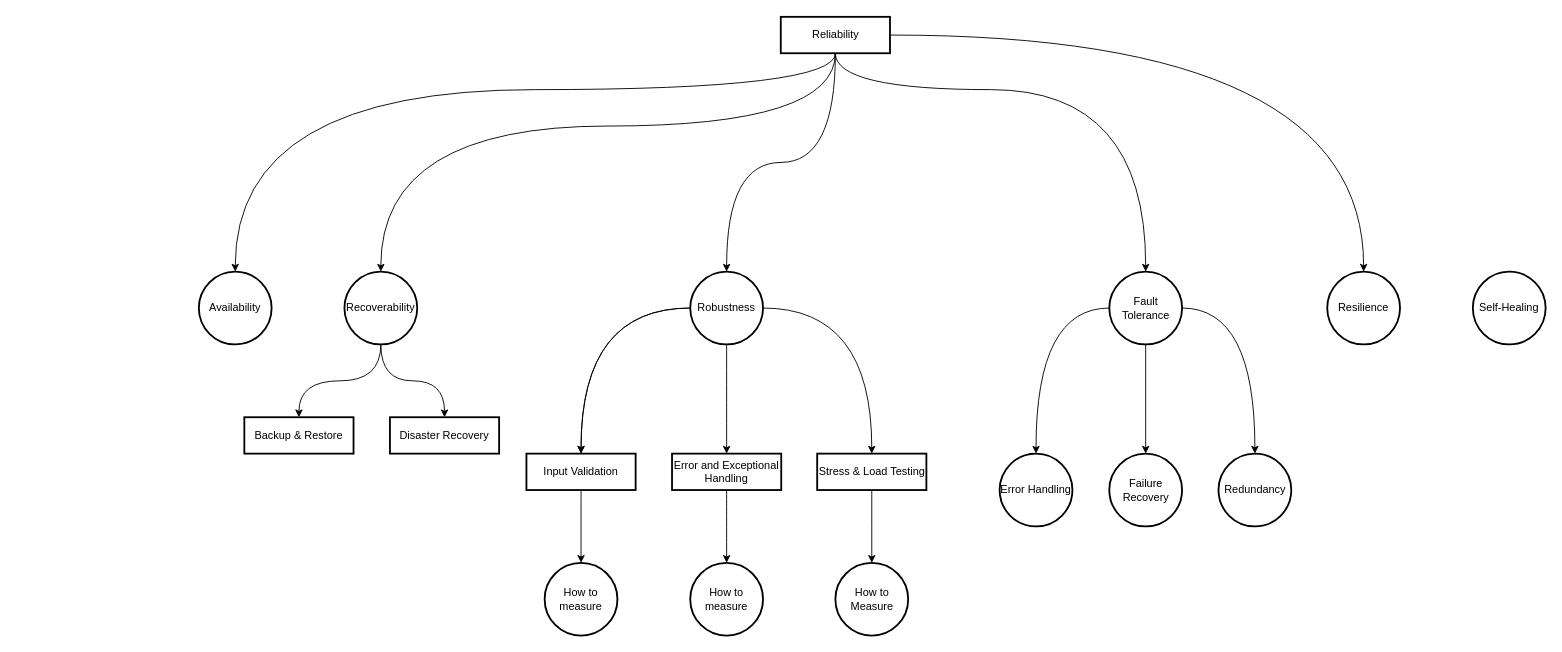
Above: page "Reliability" (3 of 5) of System Design/System Design : Non-Functional Requirements.drawio in FilledVaccum/MindMaps (draw.io), before the change. Source tidied: cells renumbered, new cells numbered last; positions are measured from the earlier drawing's top-left corner, leaving out a move shared by most shapes. Both pictures are drawn from the tidied source at 91%, with x=0, y=0 at pixel (198, 16).
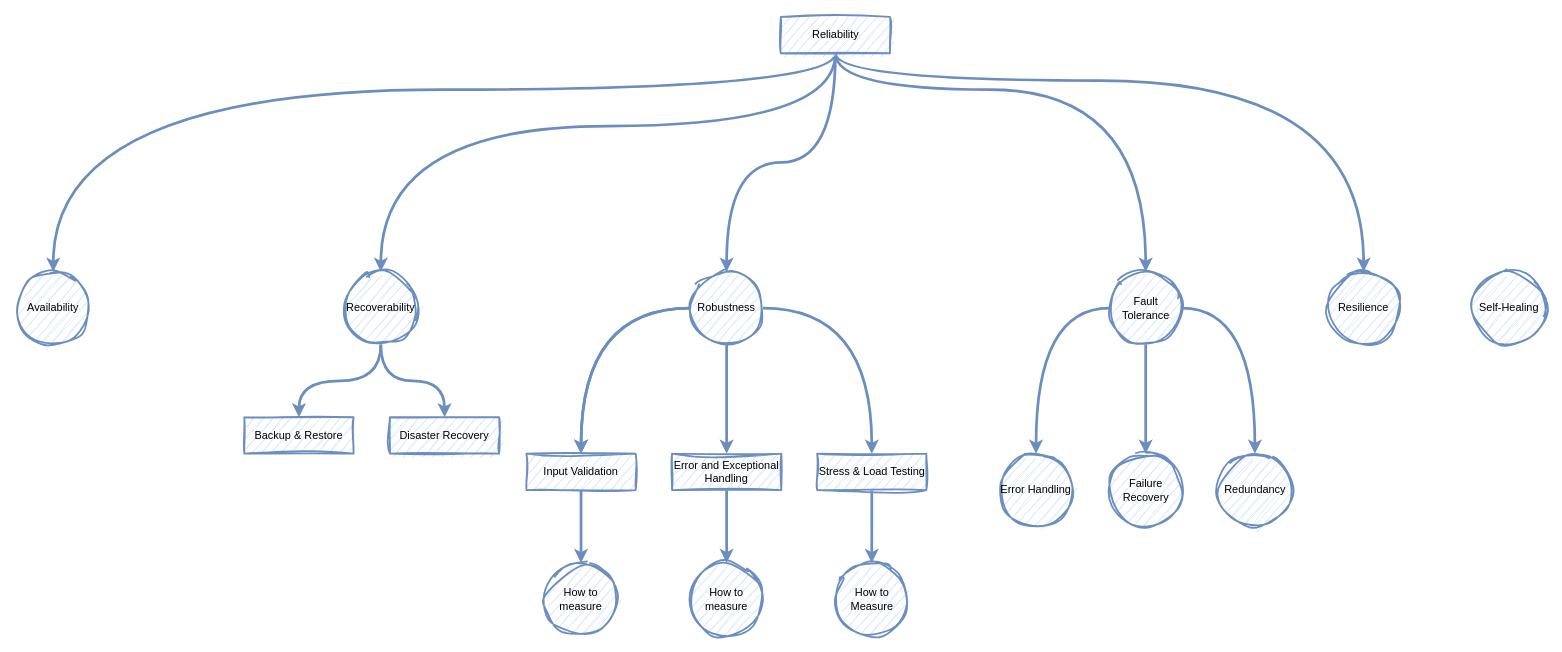
The same diagram, later.

Change to the diagram source:
```diff
@@
-    <mxCell id="2" style="edgeStyle=orthogonalEdgeStyle;shape=connector;curved=1;rounded=0;hachureGap=4;jettySize=auto;strokeColor=default;align=center;verticalAlign=middle;fontFamily=Architects Daughter;fontSize=11;fontColor=default;labelBackgroundColor=default;endArrow=classic;entryX=0.5;entryY=0;entryDx=0;entryDy=0;" parent="1" edge="1" source="7" target="8">
+    <mxCell id="2" style="edgeStyle=orthogonalEdgeStyle;shape=connector;curved=1;rounded=0;hachureGap=4;jettySize=auto;strokeColor=#6c8ebf;align=center;verticalAlign=middle;fontFamily=Architects Daughter;fontSize=11;fontColor=default;labelBackgroundColor=default;endArrow=classic;entryX=0.5;entryY=0;entryDx=0;entryDy=0;fillColor=#dae8fc;strokeWidth=3;" parent="1" edge="1" source="7" target="8">
       <mxGeometry relative="1" as="geometry">
         <Array as="points">
           <mxPoint x="700" y="80" />
-          <mxPoint x="40" y="80" />
+          <mxPoint x="-160" y="80" />
         </Array>
       </mxGeometry>
     </mxCell>
-    <mxCell id="3" style="edgeStyle=orthogonalEdgeStyle;shape=connector;curved=1;rounded=0;hachureGap=4;jettySize=auto;strokeColor=default;align=center;verticalAlign=middle;fontFamily=Architects Daughter;fontSize=11;fontColor=default;labelBackgroundColor=default;endArrow=classic;entryX=0.5;entryY=0;entryDx=0;entryDy=0;" parent="1" edge="1" source="7" target="11">
+    <mxCell id="3" style="edgeStyle=orthogonalEdgeStyle;shape=connector;curved=1;rounded=0;hachureGap=4;jettySize=auto;strokeColor=#6c8ebf;align=center;verticalAlign=middle;fontFamily=Architects Daughter;fontSize=11;fontColor=default;labelBackgroundColor=default;endArrow=classic;entryX=0.5;entryY=0;entryDx=0;entryDy=0;fillColor=#dae8fc;strokeWidth=3;" parent="1" edge="1" source="7" target="11">
       <mxGeometry relative="1" as="geometry">
         <Array as="points">
           <mxPoint x="700" y="120" />
           <mxPoint x="200" y="120" />
         </Array>
       </mxGeometry>
     </mxCell>
-    <mxCell id="4" style="edgeStyle=orthogonalEdgeStyle;shape=connector;curved=1;rounded=0;hachureGap=4;jettySize=auto;strokeColor=default;align=center;verticalAlign=middle;fontFamily=Architects Daughter;fontSize=11;fontColor=default;labelBackgroundColor=default;endArrow=classic;entryX=0.5;entryY=0;entryDx=0;entryDy=0;" parent="1" edge="1" source="7" target="15">
+    <mxCell id="4" style="edgeStyle=orthogonalEdgeStyle;shape=connector;curved=1;rounded=0;hachureGap=4;jettySize=auto;strokeColor=#6c8ebf;align=center;verticalAlign=middle;fontFamily=Architects Daughter;fontSize=11;fontColor=default;labelBackgroundColor=default;endArrow=classic;entryX=0.5;entryY=0;entryDx=0;entryDy=0;fillColor=#dae8fc;strokeWidth=3;" parent="1" edge="1" source="7" target="15">
       <mxGeometry relative="1" as="geometry">
         <Array as="points">
           <mxPoint x="700" y="80" />
           <mxPoint x="1041" y="80" />
         </Array>
       </mxGeometry>
     </mxCell>
-    <mxCell id="5" style="edgeStyle=orthogonalEdgeStyle;shape=connector;curved=1;rounded=0;hachureGap=4;jettySize=auto;strokeColor=default;align=center;verticalAlign=middle;fontFamily=Architects Daughter;fontSize=11;fontColor=default;labelBackgroundColor=default;endArrow=classic;exitX=0.5;exitY=1;exitDx=0;exitDy=0;" parent="1" edge="1" source="7" target="23">
+    <mxCell id="5" style="edgeStyle=orthogonalEdgeStyle;shape=connector;curved=1;rounded=0;hachureGap=4;jettySize=auto;strokeColor=#6c8ebf;align=center;verticalAlign=middle;fontFamily=Architects Daughter;fontSize=11;fontColor=default;labelBackgroundColor=default;endArrow=classic;exitX=0.5;exitY=1;exitDx=0;exitDy=0;fillColor=#dae8fc;strokeWidth=3;" parent="1" edge="1" source="7" target="23">
       <mxGeometry relative="1" as="geometry" />
     </mxCell>
-    <mxCell id="6" style="edgeStyle=orthogonalEdgeStyle;shape=connector;curved=1;rounded=0;hachureGap=4;jettySize=auto;strokeColor=default;align=center;verticalAlign=middle;fontFamily=Architects Daughter;fontSize=11;fontColor=default;labelBackgroundColor=default;endArrow=classic;" parent="1" edge="1" source="7" target="24">
-      <mxGeometry relative="1" as="geometry" />
+    <mxCell id="6" style="edgeStyle=orthogonalEdgeStyle;shape=connector;curved=1;rounded=0;hachureGap=4;jettySize=auto;strokeColor=#6c8ebf;align=center;verticalAlign=middle;fontFamily=Architects Daughter;fontSize=11;fontColor=default;labelBackgroundColor=default;endArrow=classic;exitX=0.5;exitY=1;exitDx=0;exitDy=0;fillColor=#dae8fc;strokeWidth=3;" parent="1" edge="1" source="7" target="24">
+      <mxGeometry relative="1" as="geometry">
+        <Array as="points">
+          <mxPoint x="700" y="70" />
+          <mxPoint x="1280" y="70" />
+        </Array>
+      </mxGeometry>
     </mxCell>
-    <mxCell id="7" value="Reliability" style="strokeWidth=2;whiteSpace=wrap;" parent="1" vertex="1">
+    <mxCell id="7" value="Reliability" style="strokeWidth=2;whiteSpace=wrap;strokeColor=#6c8ebf;fillColor=#dae8fc;sketch=1;curveFitting=1;jiggle=2;" parent="1" vertex="1">
       <mxGeometry x="639.5" width="120" height="40" as="geometry" />
     </mxCell>
-    <mxCell id="8" value="Availability" style="ellipse;strokeWidth=2;whiteSpace=wrap;" parent="1" vertex="1">
-      <mxGeometry y="280" width="80" height="80" as="geometry" />
+    <mxCell id="8" value="Availability" style="ellipse;strokeWidth=2;whiteSpace=wrap;strokeColor=#6c8ebf;fillColor=#dae8fc;sketch=1;curveFitting=1;jiggle=2;" parent="1" vertex="1">
+      <mxGeometry x="-200" y="280" width="80" height="80" as="geometry" />
     </mxCell>
-    <mxCell id="9" style="edgeStyle=orthogonalEdgeStyle;shape=connector;curved=1;rounded=0;hachureGap=4;jettySize=auto;html=1;strokeColor=default;align=center;verticalAlign=middle;fontFamily=Architects Daughter;fontSize=11;fontColor=default;labelBackgroundColor=default;endArrow=classic;exitX=0.5;exitY=1;exitDx=0;exitDy=0;" parent="1" edge="1" source="11" target="26">
+    <mxCell id="9" style="edgeStyle=orthogonalEdgeStyle;shape=connector;curved=1;rounded=0;hachureGap=4;jettySize=auto;html=1;strokeColor=#6c8ebf;align=center;verticalAlign=middle;fontFamily=Architects Daughter;fontSize=11;fontColor=default;labelBackgroundColor=default;endArrow=classic;exitX=0.5;exitY=1;exitDx=0;exitDy=0;fillColor=#dae8fc;strokeWidth=3;" parent="1" edge="1" source="11" target="26">
       <mxGeometry relative="1" as="geometry" />
     </mxCell>
-    <mxCell id="10" style="edgeStyle=orthogonalEdgeStyle;shape=connector;curved=1;rounded=0;hachureGap=4;jettySize=auto;html=1;strokeColor=default;align=center;verticalAlign=middle;fontFamily=Architects Daughter;fontSize=11;fontColor=default;labelBackgroundColor=default;endArrow=classic;" parent="1" edge="1" source="11" target="27">
+    <mxCell id="10" style="edgeStyle=orthogonalEdgeStyle;shape=connector;curved=1;rounded=0;hachureGap=4;jettySize=auto;html=1;strokeColor=#6c8ebf;align=center;verticalAlign=middle;fontFamily=Architects Daughter;fontSize=11;fontColor=default;labelBackgroundColor=default;endArrow=classic;fillColor=#dae8fc;strokeWidth=3;" parent="1" edge="1" source="11" target="27">
       <mxGeometry relative="1" as="geometry" />
     </mxCell>
-    <mxCell id="11" value="Recoverability" style="ellipse;strokeWidth=2;whiteSpace=wrap;" parent="1" vertex="1">
+    <mxCell id="11" value="Recoverability" style="ellipse;strokeWidth=2;whiteSpace=wrap;strokeColor=#6c8ebf;fillColor=#dae8fc;sketch=1;curveFitting=1;jiggle=2;" parent="1" vertex="1">
       <mxGeometry x="160" y="280" width="80" height="80" as="geometry" />
     </mxCell>
-    <mxCell id="12" style="edgeStyle=orthogonalEdgeStyle;shape=connector;curved=1;rounded=0;hachureGap=4;jettySize=auto;strokeColor=default;align=center;verticalAlign=middle;fontFamily=Architects Daughter;fontSize=11;fontColor=default;labelBackgroundColor=default;endArrow=classic;" parent="1" edge="1" source="15" target="16">
+    <mxCell id="12" style="edgeStyle=orthogonalEdgeStyle;shape=connector;curved=1;rounded=0;hachureGap=4;jettySize=auto;strokeColor=#6c8ebf;align=center;verticalAlign=middle;fontFamily=Architects Daughter;fontSize=11;fontColor=default;labelBackgroundColor=default;endArrow=classic;fillColor=#dae8fc;strokeWidth=3;" parent="1" edge="1" source="15" target="16">
       <mxGeometry relative="1" as="geometry" />
     </mxCell>
-    <mxCell id="13" style="edgeStyle=orthogonalEdgeStyle;shape=connector;curved=1;rounded=0;hachureGap=4;jettySize=auto;strokeColor=default;align=center;verticalAlign=middle;fontFamily=Architects Daughter;fontSize=11;fontColor=default;labelBackgroundColor=default;endArrow=classic;" parent="1" edge="1" source="15" target="17">
+    <mxCell id="13" style="edgeStyle=orthogonalEdgeStyle;shape=connector;curved=1;rounded=0;hachureGap=4;jettySize=auto;strokeColor=#6c8ebf;align=center;verticalAlign=middle;fontFamily=Architects Daughter;fontSize=11;fontColor=default;labelBackgroundColor=default;endArrow=classic;fillColor=#dae8fc;strokeWidth=3;" parent="1" edge="1" source="15" target="17">
       <mxGeometry relative="1" as="geometry" />
     </mxCell>
-    <mxCell id="14" style="edgeStyle=orthogonalEdgeStyle;shape=connector;curved=1;rounded=0;hachureGap=4;jettySize=auto;strokeColor=default;align=center;verticalAlign=middle;fontFamily=Architects Daughter;fontSize=11;fontColor=default;labelBackgroundColor=default;endArrow=classic;" parent="1" edge="1" source="15" target="18">
+    <mxCell id="14" style="edgeStyle=orthogonalEdgeStyle;shape=connector;curved=1;rounded=0;hachureGap=4;jettySize=auto;strokeColor=#6c8ebf;align=center;verticalAlign=middle;fontFamily=Architects Daughter;fontSize=11;fontColor=default;labelBackgroundColor=default;endArrow=classic;fillColor=#dae8fc;strokeWidth=3;" parent="1" edge="1" source="15" target="18">
       <mxGeometry relative="1" as="geometry" />
     </mxCell>
-    <mxCell id="15" value="Fault Tolerance" style="ellipse;strokeWidth=2;whiteSpace=wrap;" parent="1" vertex="1">
+    <mxCell id="15" value="Fault Tolerance" style="ellipse;strokeWidth=2;whiteSpace=wrap;strokeColor=#6c8ebf;fillColor=#dae8fc;sketch=1;curveFitting=1;jiggle=2;" parent="1" vertex="1">
       <mxGeometry x="1000.5" y="280" width="80" height="80" as="geometry" />
     </mxCell>
-    <mxCell id="16" value="Error Handling" style="ellipse;strokeWidth=2;whiteSpace=wrap;" parent="1" vertex="1">
+    <mxCell id="16" value="Error Handling" style="ellipse;strokeWidth=2;whiteSpace=wrap;strokeColor=#6c8ebf;fillColor=#dae8fc;sketch=1;curveFitting=1;jiggle=2;" parent="1" vertex="1">
       <mxGeometry x="880" y="480" width="80" height="80" as="geometry" />
     </mxCell>
-    <mxCell id="17" value="Failure Recovery" style="ellipse;strokeWidth=2;whiteSpace=wrap;" parent="1" vertex="1">
+    <mxCell id="17" value="Failure Recovery" style="ellipse;strokeWidth=2;whiteSpace=wrap;strokeColor=#6c8ebf;fillColor=#dae8fc;sketch=1;curveFitting=1;jiggle=2;" parent="1" vertex="1">
       <mxGeometry x="1000.5" y="480" width="80" height="80" as="geometry" />
     </mxCell>
-    <mxCell id="18" value="Redundancy" style="ellipse;strokeWidth=2;whiteSpace=wrap;" parent="1" vertex="1">
+    <mxCell id="18" value="Redundancy" style="ellipse;strokeWidth=2;whiteSpace=wrap;strokeColor=#6c8ebf;fillColor=#dae8fc;sketch=1;curveFitting=1;jiggle=2;" parent="1" vertex="1">
       <mxGeometry x="1120.5" y="480" width="80" height="80" as="geometry" />
     </mxCell>
-    <mxCell id="19" style="edgeStyle=orthogonalEdgeStyle;shape=connector;curved=1;rounded=0;hachureGap=4;jettySize=auto;html=1;strokeColor=default;align=center;verticalAlign=middle;fontFamily=Architects Daughter;fontSize=11;fontColor=default;labelBackgroundColor=default;endArrow=classic;" parent="1" edge="1" source="23" target="29">
+    <mxCell id="19" style="edgeStyle=orthogonalEdgeStyle;shape=connector;curved=1;rounded=0;hachureGap=4;jettySize=auto;html=1;strokeColor=#6c8ebf;align=center;verticalAlign=middle;fontFamily=Architects Daughter;fontSize=11;fontColor=default;labelBackgroundColor=default;endArrow=classic;fillColor=#dae8fc;strokeWidth=3;" parent="1" edge="1" source="23" target="29">
       <mxGeometry relative="1" as="geometry" />
     </mxCell>
-    <mxCell id="20" style="edgeStyle=orthogonalEdgeStyle;shape=connector;curved=1;rounded=0;hachureGap=4;jettySize=auto;html=1;strokeColor=default;align=center;verticalAlign=middle;fontFamily=Architects Daughter;fontSize=11;fontColor=default;labelBackgroundColor=default;endArrow=classic;" parent="1" edge="1" source="23" target="29">
+    <mxCell id="20" style="edgeStyle=orthogonalEdgeStyle;shape=connector;curved=1;rounded=0;hachureGap=4;jettySize=auto;html=1;strokeColor=#6c8ebf;align=center;verticalAlign=middle;fontFamily=Architects Daughter;fontSize=11;fontColor=default;labelBackgroundColor=default;endArrow=classic;fillColor=#dae8fc;strokeWidth=3;" parent="1" edge="1" source="23" target="29">
       <mxGeometry relative="1" as="geometry" />
     </mxCell>
-    <mxCell id="21" style="edgeStyle=orthogonalEdgeStyle;shape=connector;curved=1;rounded=0;hachureGap=4;jettySize=auto;html=1;strokeColor=default;align=center;verticalAlign=middle;fontFamily=Architects Daughter;fontSize=11;fontColor=default;labelBackgroundColor=default;endArrow=classic;" parent="1" edge="1" source="23" target="31">
+    <mxCell id="21" style="edgeStyle=orthogonalEdgeStyle;shape=connector;curved=1;rounded=0;hachureGap=4;jettySize=auto;html=1;strokeColor=#6c8ebf;align=center;verticalAlign=middle;fontFamily=Architects Daughter;fontSize=11;fontColor=default;labelBackgroundColor=default;endArrow=classic;fillColor=#dae8fc;strokeWidth=3;" parent="1" edge="1" source="23" target="31">
       <mxGeometry relative="1" as="geometry" />
     </mxCell>
-    <mxCell id="22" style="edgeStyle=orthogonalEdgeStyle;shape=connector;curved=1;rounded=0;hachureGap=4;jettySize=auto;html=1;strokeColor=default;align=center;verticalAlign=middle;fontFamily=Architects Daughter;fontSize=11;fontColor=default;labelBackgroundColor=default;endArrow=classic;" parent="1" edge="1" source="23" target="33">
+    <mxCell id="22" style="edgeStyle=orthogonalEdgeStyle;shape=connector;curved=1;rounded=0;hachureGap=4;jettySize=auto;html=1;strokeColor=#6c8ebf;align=center;verticalAlign=middle;fontFamily=Architects Daughter;fontSize=11;fontColor=default;labelBackgroundColor=default;endArrow=classic;fillColor=#dae8fc;strokeWidth=3;" parent="1" edge="1" source="23" target="33">
       <mxGeometry relative="1" as="geometry" />
     </mxCell>
-    <mxCell id="23" value="Robustness" style="ellipse;strokeWidth=2;whiteSpace=wrap;" parent="1" vertex="1">
+    <mxCell id="23" value="Robustness" style="ellipse;strokeWidth=2;whiteSpace=wrap;strokeColor=#6c8ebf;fillColor=#dae8fc;sketch=1;curveFitting=1;jiggle=2;" parent="1" vertex="1">
       <mxGeometry x="540" y="280" width="80" height="80" as="geometry" />
     </mxCell>
-    <mxCell id="24" value="Resilience" style="ellipse;strokeWidth=2;whiteSpace=wrap;" parent="1" vertex="1">
+    <mxCell id="24" value="Resilience" style="ellipse;strokeWidth=2;whiteSpace=wrap;strokeColor=#6c8ebf;fillColor=#dae8fc;sketch=1;curveFitting=1;jiggle=2;" parent="1" vertex="1">
       <mxGeometry x="1240" y="280" width="80" height="80" as="geometry" />
     </mxCell>
-    <mxCell id="25" value="Self-Healing" style="ellipse;strokeWidth=2;whiteSpace=wrap;" parent="1" vertex="1">
+    <mxCell id="25" value="Self-Healing" style="ellipse;strokeWidth=2;whiteSpace=wrap;strokeColor=#6c8ebf;fillColor=#dae8fc;sketch=1;curveFitting=1;jiggle=2;" parent="1" vertex="1">
       <mxGeometry x="1400" y="280" width="80" height="80" as="geometry" />
     </mxCell>
-    <mxCell id="26" value="Backup &amp;amp; Restore" style="whiteSpace=wrap;html=1;strokeWidth=2;" parent="1" vertex="1">
+    <mxCell id="26" value="Backup &amp;amp; Restore" style="whiteSpace=wrap;html=1;strokeWidth=2;strokeColor=#6c8ebf;fillColor=#dae8fc;sketch=1;curveFitting=1;jiggle=2;" parent="1" vertex="1">
       <mxGeometry x="50" y="440" width="120" height="40" as="geometry" />
     </mxCell>
-    <mxCell id="27" value="Disaster Recovery" style="whiteSpace=wrap;html=1;strokeWidth=2;" parent="1" vertex="1">
+    <mxCell id="27" value="Disaster Recovery" style="whiteSpace=wrap;html=1;strokeWidth=2;strokeColor=#6c8ebf;fillColor=#dae8fc;sketch=1;curveFitting=1;jiggle=2;" parent="1" vertex="1">
       <mxGeometry x="210" y="440" width="120" height="40" as="geometry" />
     </mxCell>
-    <mxCell id="28" style="edgeStyle=orthogonalEdgeStyle;shape=connector;curved=1;rounded=0;hachureGap=4;jettySize=auto;html=1;strokeColor=default;align=center;verticalAlign=middle;fontFamily=Architects Daughter;fontSize=11;fontColor=default;labelBackgroundColor=default;endArrow=classic;" parent="1" edge="1" source="29" target="34">
+    <mxCell id="28" style="edgeStyle=orthogonalEdgeStyle;shape=connector;curved=1;rounded=0;hachureGap=4;jettySize=auto;html=1;strokeColor=#6c8ebf;align=center;verticalAlign=middle;fontFamily=Architects Daughter;fontSize=11;fontColor=default;labelBackgroundColor=default;endArrow=classic;fillColor=#dae8fc;strokeWidth=3;" parent="1" edge="1" source="29" target="34">
       <mxGeometry relative="1" as="geometry" />
     </mxCell>
-    <mxCell id="29" value="Input Validation" style="whiteSpace=wrap;html=1;strokeWidth=2;" parent="1" vertex="1">
+    <mxCell id="29" value="Input Validation" style="whiteSpace=wrap;html=1;strokeWidth=2;strokeColor=#6c8ebf;fillColor=#dae8fc;sketch=1;curveFitting=1;jiggle=2;" parent="1" vertex="1">
       <mxGeometry x="360" y="480" width="120" height="40" as="geometry" />
     </mxCell>
-    <mxCell id="30" style="edgeStyle=orthogonalEdgeStyle;shape=connector;curved=1;rounded=0;hachureGap=4;jettySize=auto;html=1;strokeColor=default;align=center;verticalAlign=middle;fontFamily=Architects Daughter;fontSize=11;fontColor=default;labelBackgroundColor=default;endArrow=classic;" parent="1" edge="1" source="31" target="35">
+    <mxCell id="30" style="edgeStyle=orthogonalEdgeStyle;shape=connector;curved=1;rounded=0;hachureGap=4;jettySize=auto;html=1;strokeColor=#6c8ebf;align=center;verticalAlign=middle;fontFamily=Architects Daughter;fontSize=11;fontColor=default;labelBackgroundColor=default;endArrow=classic;fillColor=#dae8fc;strokeWidth=3;" parent="1" edge="1" source="31" target="35">
       <mxGeometry relative="1" as="geometry" />
     </mxCell>
-    <mxCell id="31" value="Error and Exceptional Handling" style="whiteSpace=wrap;html=1;strokeWidth=2;" parent="1" vertex="1">
+    <mxCell id="31" value="Error and Exceptional Handling" style="whiteSpace=wrap;html=1;strokeWidth=2;strokeColor=#6c8ebf;fillColor=#dae8fc;sketch=1;curveFitting=1;jiggle=2;" parent="1" vertex="1">
       <mxGeometry x="520" y="480" width="120" height="40" as="geometry" />
     </mxCell>
-    <mxCell id="32" style="edgeStyle=orthogonalEdgeStyle;shape=connector;curved=1;rounded=0;hachureGap=4;jettySize=auto;html=1;strokeColor=default;align=center;verticalAlign=middle;fontFamily=Architects Daughter;fontSize=11;fontColor=default;labelBackgroundColor=default;endArrow=classic;" parent="1" edge="1" source="33" target="36">
+    <mxCell id="32" style="edgeStyle=orthogonalEdgeStyle;shape=connector;curved=1;rounded=0;hachureGap=4;jettySize=auto;html=1;strokeColor=#6c8ebf;align=center;verticalAlign=middle;fontFamily=Architects Daughter;fontSize=11;fontColor=default;labelBackgroundColor=default;endArrow=classic;fillColor=#dae8fc;strokeWidth=3;" parent="1" edge="1" source="33" target="36">
       <mxGeometry relative="1" as="geometry" />
     </mxCell>
-    <mxCell id="33" value="Stress &amp;amp; Load Testing" style="whiteSpace=wrap;html=1;strokeWidth=2;" parent="1" vertex="1">
+    <mxCell id="33" value="Stress &amp;amp; Load Testing" style="whiteSpace=wrap;html=1;strokeWidth=2;strokeColor=#6c8ebf;fillColor=#dae8fc;sketch=1;curveFitting=1;jiggle=2;" parent="1" vertex="1">
       <mxGeometry x="679.5" y="480" width="120" height="40" as="geometry" />
     </mxCell>
-    <mxCell id="34" value="How to measure" style="ellipse;whiteSpace=wrap;html=1;strokeWidth=2;" parent="1" vertex="1">
+    <mxCell id="34" value="How to measure" style="ellipse;whiteSpace=wrap;html=1;strokeWidth=2;strokeColor=#6c8ebf;fillColor=#dae8fc;sketch=1;curveFitting=1;jiggle=2;" parent="1" vertex="1">
       <mxGeometry x="380" y="600" width="80" height="80" as="geometry" />
     </mxCell>
-    <mxCell id="35" value="How to measure" style="ellipse;whiteSpace=wrap;html=1;strokeWidth=2;" parent="1" vertex="1">
+    <mxCell id="35" value="How to measure" style="ellipse;whiteSpace=wrap;html=1;strokeWidth=2;strokeColor=#6c8ebf;fillColor=#dae8fc;sketch=1;curveFitting=1;jiggle=2;" parent="1" vertex="1">
       <mxGeometry x="540" y="600" width="80" height="80" as="geometry" />
     </mxCell>
-    <mxCell id="36" value="How to Measure" style="ellipse;whiteSpace=wrap;html=1;strokeWidth=2;" parent="1" vertex="1">
+    <mxCell id="36" value="How to Measure" style="ellipse;whiteSpace=wrap;html=1;strokeWidth=2;strokeColor=#6c8ebf;fillColor=#dae8fc;sketch=1;curveFitting=1;jiggle=2;" parent="1" vertex="1">
       <mxGeometry x="699.5" y="600" width="80" height="80" as="geometry" />
     </mxCell>
```
